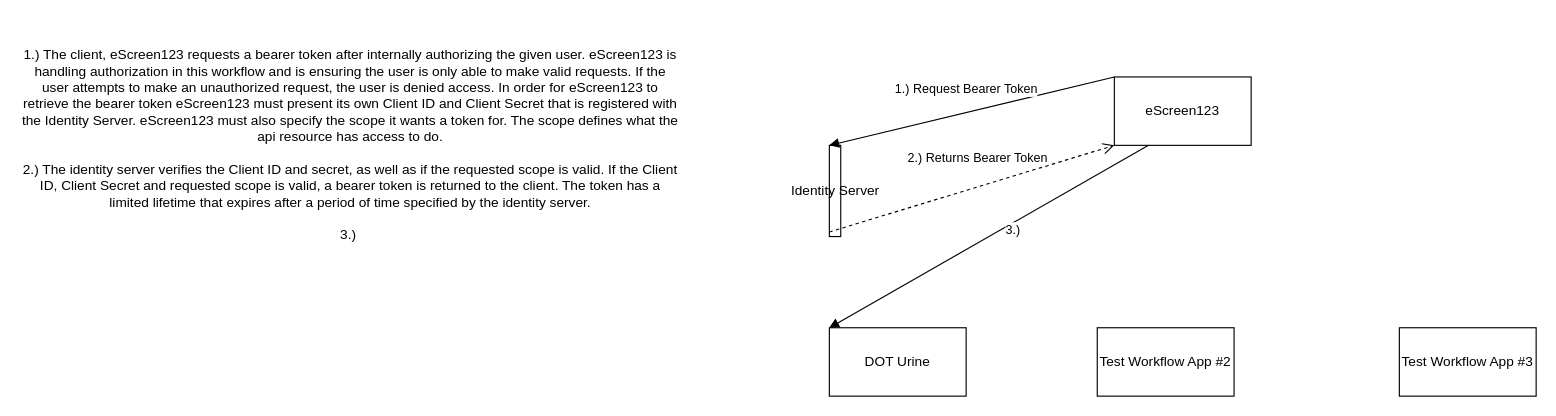
The draw.io diagram docs/eScreen-test-workflow-process-diagram.drawio in maricleman/Documentation, before the edit. Source tidied: cells renumbered, new cells numbered last; positions are measured from the earlier drawing's top-left corner, leaving out a move shared by most shapes. Both pictures are drawn from the tidied source at 114%, with x=0, y=0 at pixel (19, 19).
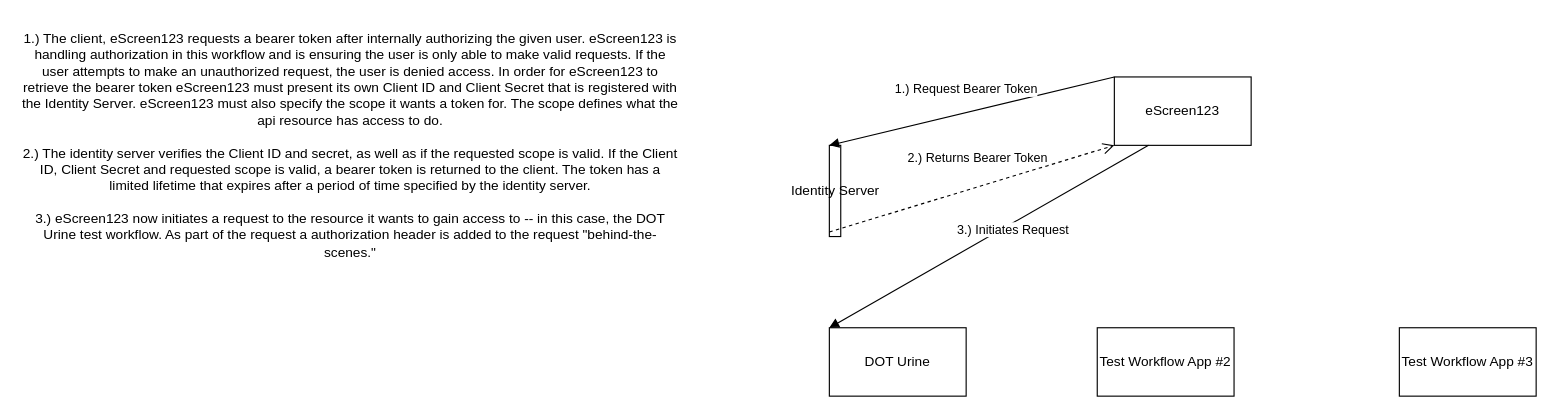
After the change.

Diff of the diagram source:
```diff
@@
 <mxGraphModel>
   <root>
     <mxCell id="0" />
     <mxCell id="1" parent="0" />
     <mxCell id="2" value="eScreen123" style="rounded=0;whiteSpace=wrap;html=1;" parent="1" vertex="1">
       <mxGeometry x="960" y="50" width="120" height="60" as="geometry" />
     </mxCell>
     <mxCell id="3" value="DOT Urine" style="rounded=0;whiteSpace=wrap;html=1;" parent="1" vertex="1">
       <mxGeometry x="710" y="270" width="120" height="60" as="geometry" />
     </mxCell>
     <mxCell id="4" value="Test Workflow App #2" style="rounded=0;whiteSpace=wrap;html=1;" parent="1" vertex="1">
       <mxGeometry x="945" y="270" width="120" height="60" as="geometry" />
     </mxCell>
     <mxCell id="5" value="Test Workflow App #3" style="rounded=0;whiteSpace=wrap;html=1;" parent="1" vertex="1">
       <mxGeometry x="1210" y="270" width="120" height="60" as="geometry" />
     </mxCell>
     <mxCell id="6" value="Identity Server" style="html=1;points=[];perimeter=orthogonalPerimeter;" parent="1" vertex="1">
       <mxGeometry x="710" y="110" width="10" height="80" as="geometry" />
     </mxCell>
     <mxCell id="7" value="1.) Request Bearer Token" style="html=1;verticalAlign=bottom;endArrow=block;entryX=0;entryY=0;exitX=0;exitY=0;exitDx=0;exitDy=0;" parent="1" edge="1" source="2" target="6">
       <mxGeometry x="0.02" y="-11" relative="1" as="geometry" />
     </mxCell>
     <mxCell id="8" value="2.) Returns Bearer Token" style="html=1;verticalAlign=bottom;endArrow=open;dashed=1;endSize=8;exitX=0;exitY=0.95;entryX=0;entryY=1;entryDx=0;entryDy=0;" parent="1" edge="1" source="6" target="2">
       <mxGeometry x="0.08" y="16" relative="1" as="geometry" />
     </mxCell>
-    <mxCell id="9" value="1.) The client, eScreen123 requests a bearer token after internally authorizing the given user. eScreen123 is handling authorization in this workflow and is ensuring the user is only able to make valid requests. If the user attempts to make an unauthorized request, the user is denied access. In order for eScreen123 to retrieve the bearer token eScreen123 must present its own Client ID and Client Secret that is registered with the Identity Server. eScreen123 must also specify the scope it wants a token for. The scope defines what the api resource has access to do.&lt;br&gt;&lt;br&gt;2.) The identity server verifies the Client ID and secret, as well as if the requested scope is valid. If the Client ID, Client Secret and requested scope is valid, a bearer token is returned to the client. The token has a limited lifetime that expires after a period of time specified by the identity server.&lt;br&gt;&lt;br&gt;3.)&amp;nbsp;" style="text;html=1;strokeColor=none;fillColor=none;align=center;verticalAlign=middle;whiteSpace=wrap;rounded=0;" parent="1" vertex="1">
+    <mxCell id="9" value="1.) The client, eScreen123 requests a bearer token after internally authorizing the given user. eScreen123 is handling authorization in this workflow and is ensuring the user is only able to make valid requests. If the user attempts to make an unauthorized request, the user is denied access. In order for eScreen123 to retrieve the bearer token eScreen123 must present its own Client ID and Client Secret that is registered with the Identity Server. eScreen123 must also specify the scope it wants a token for. The scope defines what the api resource has access to do.&lt;br&gt;&lt;br&gt;2.) The identity server verifies the Client ID and secret, as well as if the requested scope is valid. If the Client ID, Client Secret and requested scope is valid, a bearer token is returned to the client. The token has a limited lifetime that expires after a period of time specified by the identity server.&lt;br&gt;&lt;br&gt;3.) eScreen123 now initiates a request to the resource it wants to gain access to -- in this case, the DOT Urine test workflow. As part of the request a authorization header is added to the request &quot;behind-the-scenes.&quot;" style="text;html=1;strokeColor=none;fillColor=none;align=center;verticalAlign=middle;whiteSpace=wrap;rounded=0;" parent="1" vertex="1">
       <mxGeometry width="580" height="220" as="geometry" />
     </mxCell>
-    <mxCell id="10" value="3.)" style="html=1;verticalAlign=bottom;endArrow=block;entryX=0;entryY=0;exitX=0.25;exitY=1;exitDx=0;exitDy=0;entryDx=0;entryDy=0;" parent="1" edge="1" source="2" target="3">
+    <mxCell id="10" value="3.) Initiates Request" style="html=1;verticalAlign=bottom;endArrow=block;entryX=0;entryY=0;exitX=0.25;exitY=1;exitDx=0;exitDy=0;entryDx=0;entryDy=0;" parent="1" edge="1" source="2" target="3">
       <mxGeometry x="-0.1" y="13" relative="1" as="geometry" />
     </mxCell>
   </root>
 </mxGraphModel>
```
